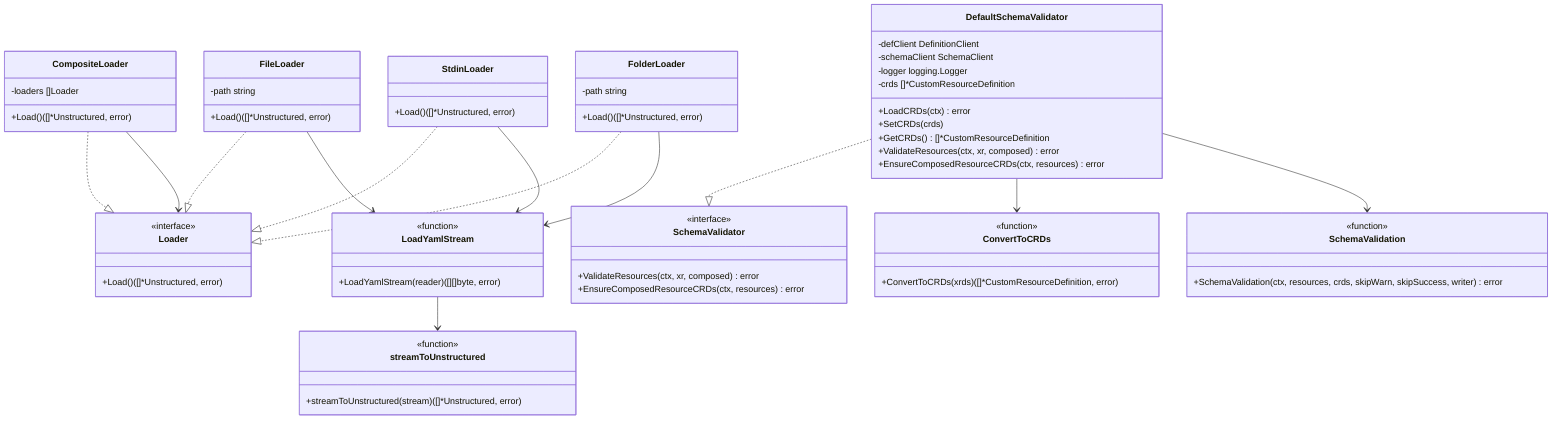
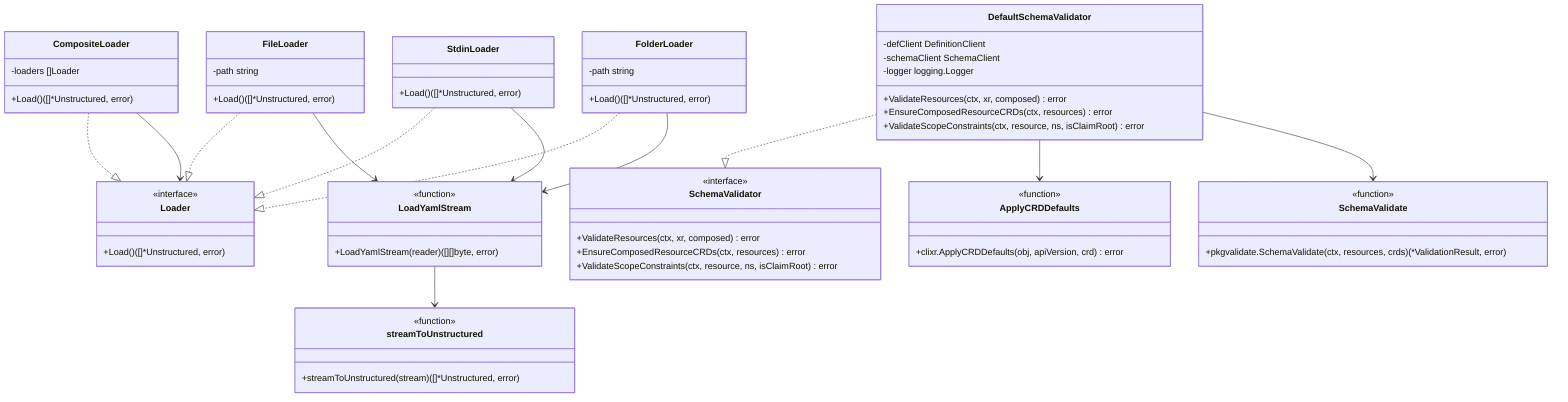
classDiagram
    class Loader {
        <<interface>>
        +Load() ([]*Unstructured, error)
    }

    class CompositeLoader {
        -loaders []Loader
        +Load() ([]*Unstructured, error)
    }

    class FileLoader {
        -path string
        +Load() ([]*Unstructured, error)
    }

    class StdinLoader {
        +Load() ([]*Unstructured, error)
    }

    class FolderLoader {
        -path string
        +Load() ([]*Unstructured, error)
    }

    class LoadYamlStream {
        <<function>>
        +LoadYamlStream(reader) ([][]byte, error)
    }

    class streamToUnstructured {
        <<function>>
        +streamToUnstructured(stream) ([]*Unstructured, error)
    }

    class SchemaValidator {
        <<interface>>
        +ValidateResources(ctx, xr, composed) error
        +EnsureComposedResourceCRDs(ctx, resources) error
+         +ValidateScopeConstraints(ctx, resource, ns, isClaimRoot) error
    }

    class DefaultSchemaValidator {
        -defClient DefinitionClient
        -schemaClient SchemaClient
        -logger logging.Logger
-         -crds []*CustomResourceDefinition
-         +LoadCRDs(ctx) error
-         +SetCRDs(crds)
-         +GetCRDs() []*CustomResourceDefinition
        +ValidateResources(ctx, xr, composed) error
        +EnsureComposedResourceCRDs(ctx, resources) error
+         +ValidateScopeConstraints(ctx, resource, ns, isClaimRoot) error
    }

-     class ConvertToCRDs {
+     class SchemaValidate {
        <<function>>
-         +ConvertToCRDs(xrds) ([]*CustomResourceDefinition, error)
+         +pkgvalidate.SchemaValidate(ctx, resources, crds) (*ValidationResult, error)
    }

-     class SchemaValidation {
+     class ApplyCRDDefaults {
        <<function>>
-         +SchemaValidation(ctx, resources, crds, skipWarn, skipSuccess, writer) error
+         +clixr.ApplyCRDDefaults(obj, apiVersion, crd) error
    }

    CompositeLoader ..|> Loader
    FileLoader ..|> Loader
    StdinLoader ..|> Loader
    FolderLoader ..|> Loader

    CompositeLoader --> Loader

    FileLoader --> LoadYamlStream
    StdinLoader --> LoadYamlStream
    FolderLoader --> LoadYamlStream

    LoadYamlStream --> streamToUnstructured

    DefaultSchemaValidator ..|> SchemaValidator
-     DefaultSchemaValidator --> ConvertToCRDs
-     DefaultSchemaValidator --> SchemaValidation
+     DefaultSchemaValidator --> ApplyCRDDefaults
+     DefaultSchemaValidator --> SchemaValidate
